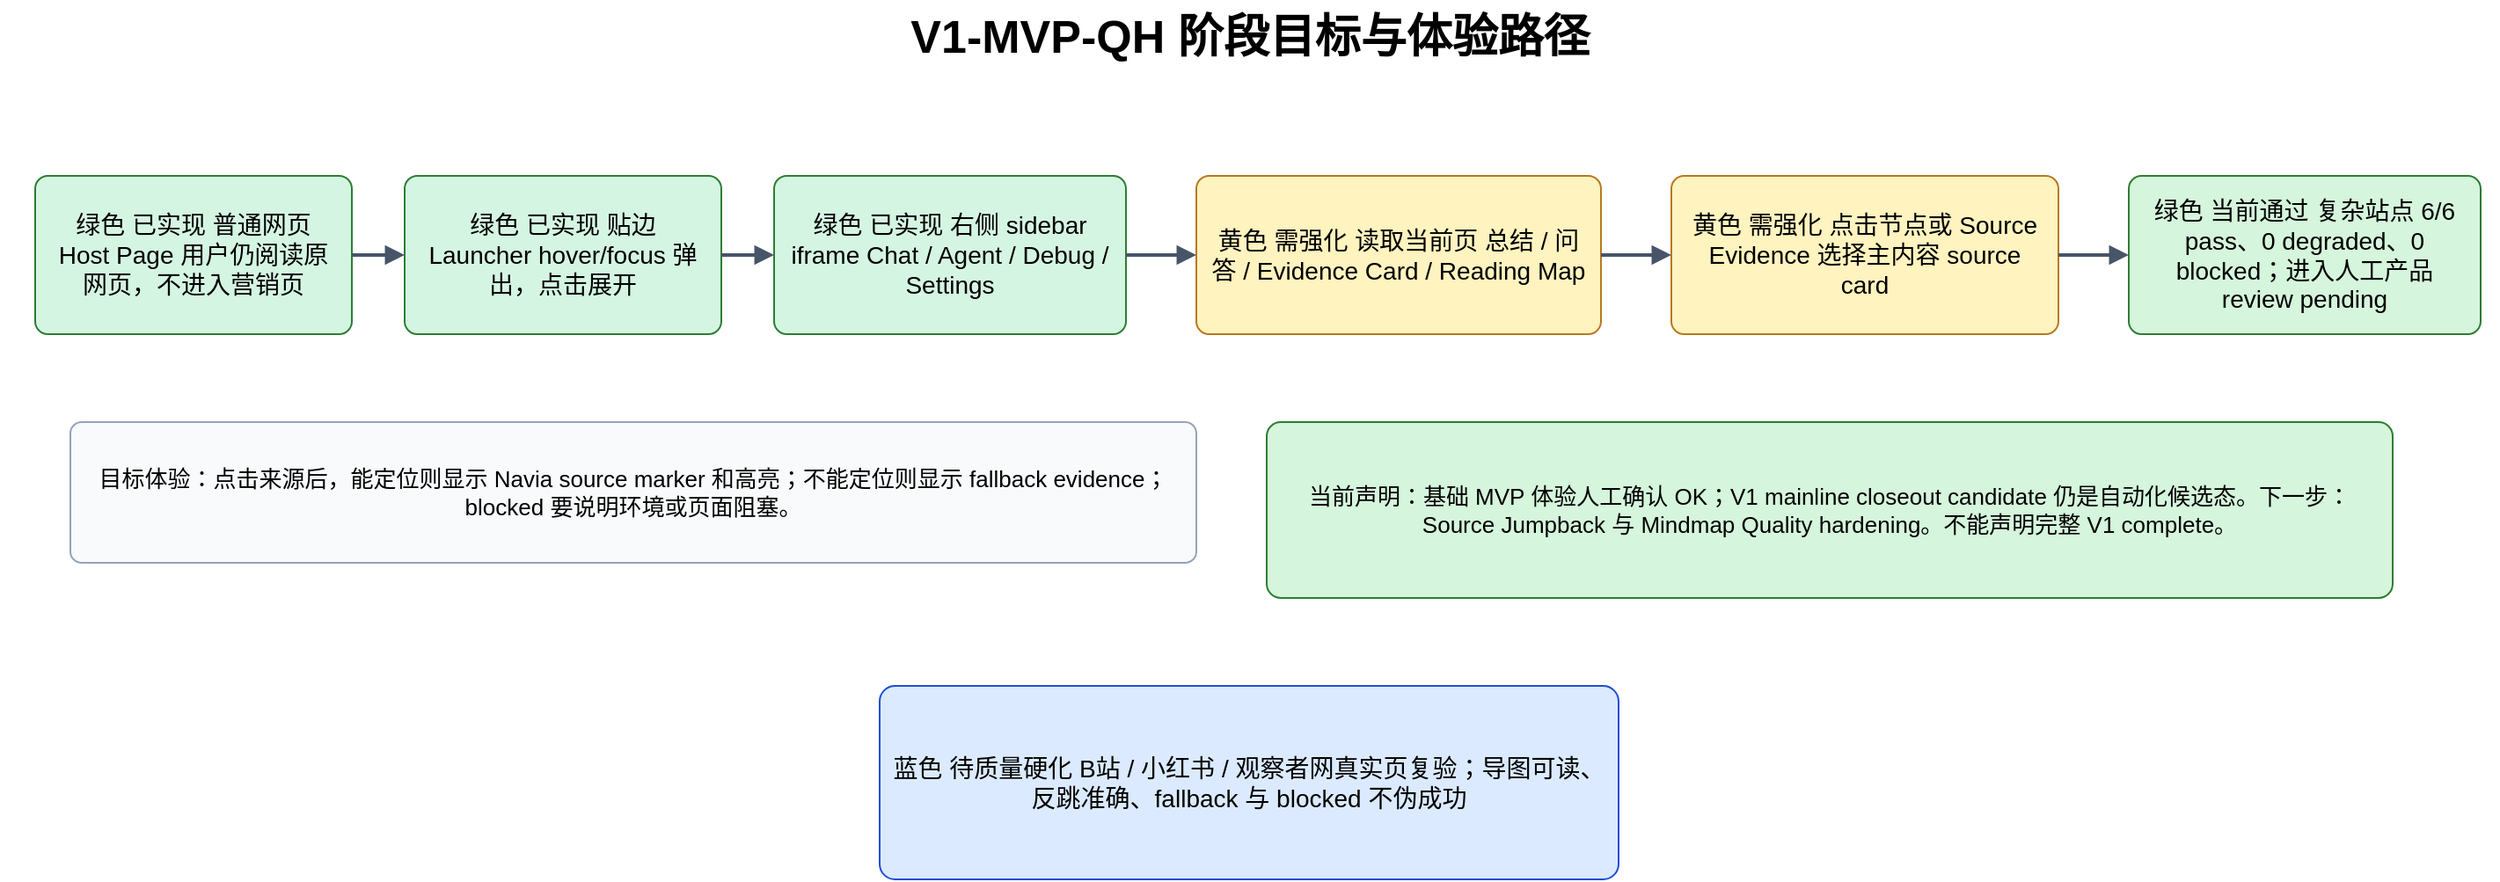
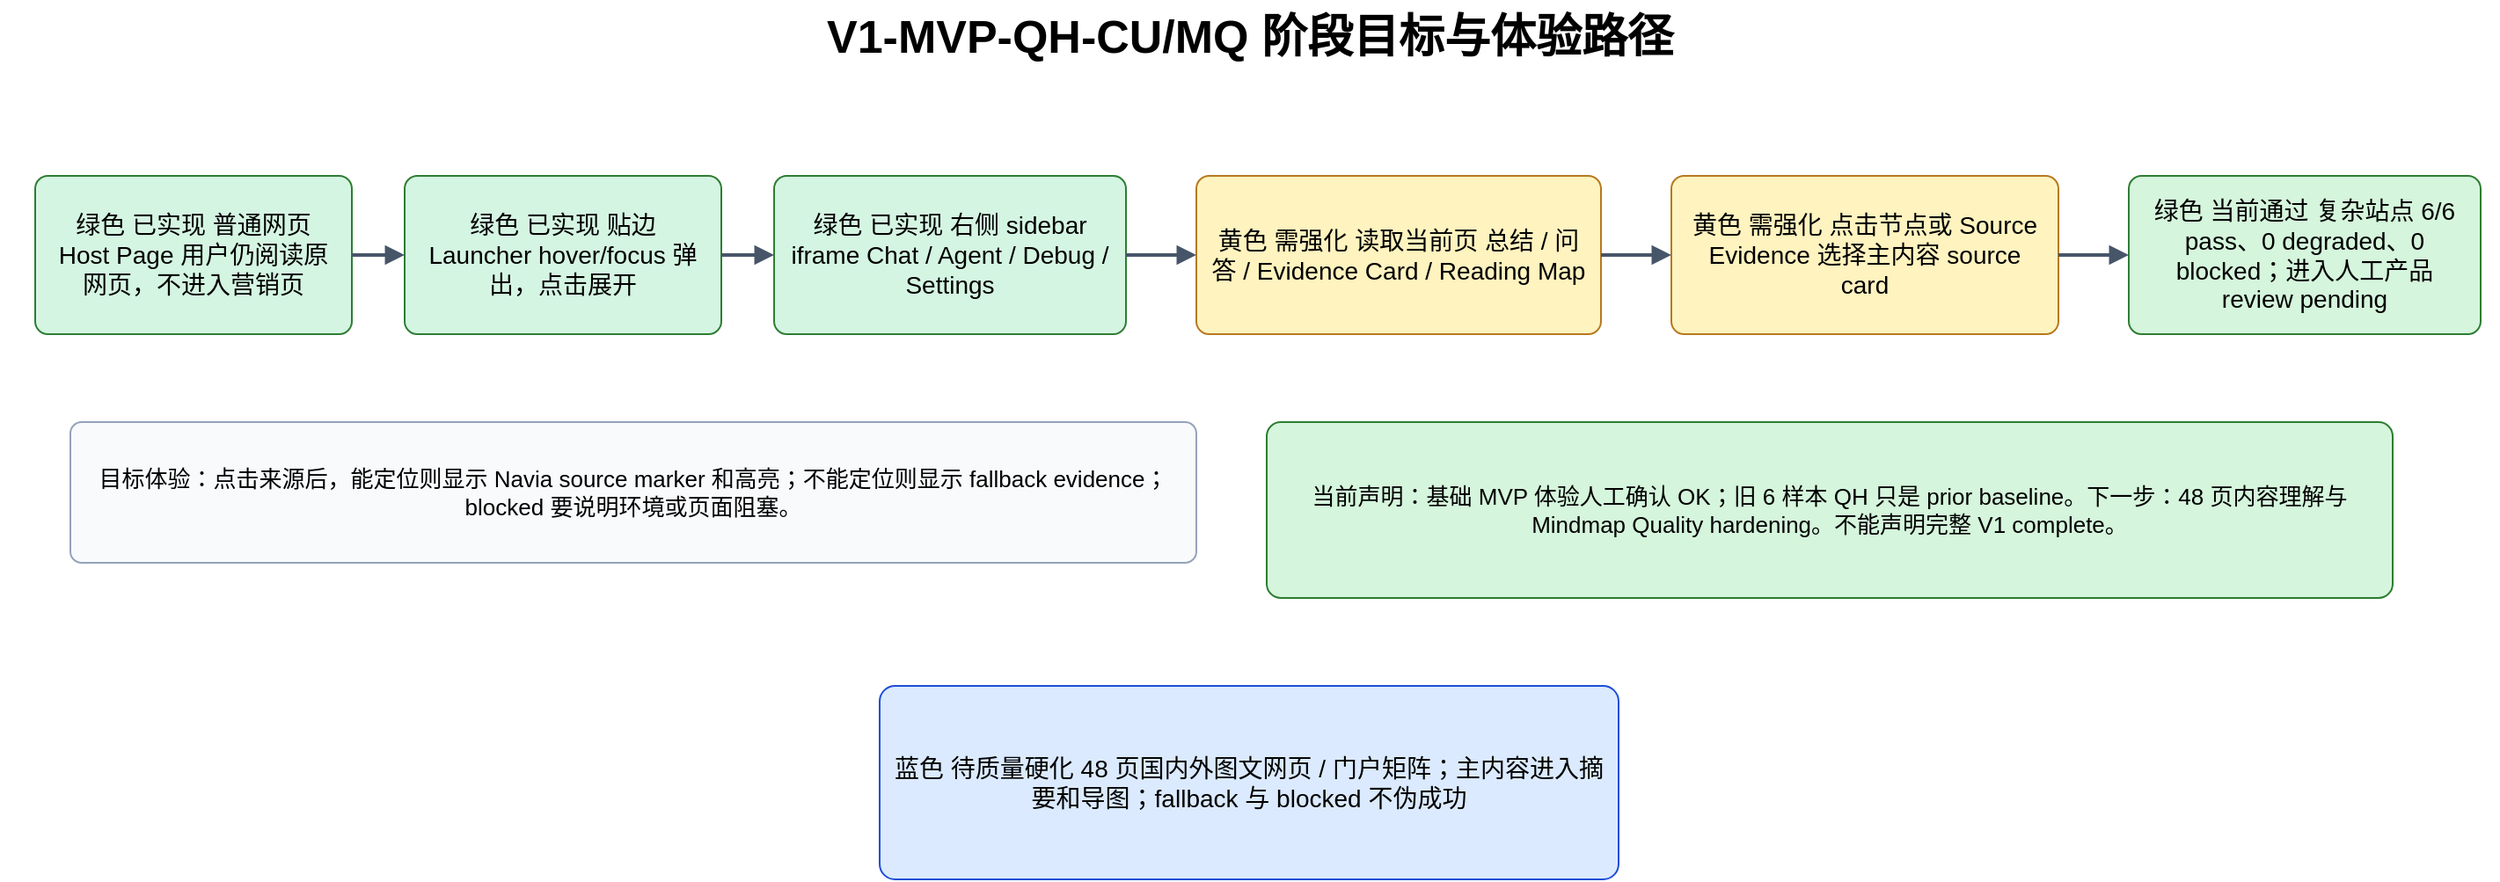
<mxfile host="Electron" agent="Codex" pages="8">
  <diagram id="v1mc-01" name="01 阶段目标与体验路径">
    <mxGraphModel dx="1500" dy="900" grid="1" gridSize="10" guides="1" tooltips="1" connect="1" arrows="1" fold="1" page="1" pageScale="1" pageWidth="1500" pageHeight="900" math="0" shadow="0">
      <root>
        <mxCell id="0" />
        <mxCell id="1" parent="0" />
-         <mxCell id="v1mc-01-title" parent="1" style="text;html=1;fontSize=26;fontStyle=1;align=center;verticalAlign=middle;strokeColor=none;fillColor=none;" value="V1-MVP-QH 阶段目标与体验路径" vertex="1">
+         <mxCell id="v1mc-01-title" parent="1" style="text;html=1;fontSize=26;fontStyle=1;align=center;verticalAlign=middle;strokeColor=none;fillColor=none;" value="V1-MVP-QH-CU/MQ 阶段目标与体验路径" vertex="1">
          <mxGeometry x="40" y="20" width="1420" height="42" as="geometry" />
        </mxCell>
        <mxCell id="c1" parent="1" style="rounded=1;whiteSpace=wrap;html=1;fontSize=14;spacing=8;arcSize=8;fillColor=#d5f5e3;strokeColor=#2e7d32;" value="绿色 已实现 普通网页 Host Page 用户仍阅读原网页，不进入营销页" vertex="1">
          <mxGeometry x="60" y="120" width="180" height="90" as="geometry" />
        </mxCell>
        <mxCell id="c2" parent="1" style="rounded=1;whiteSpace=wrap;html=1;fontSize=14;spacing=8;arcSize=8;fillColor=#d5f5e3;strokeColor=#2e7d32;" value="绿色 已实现 贴边 Launcher hover/focus 弹出，点击展开" vertex="1">
          <mxGeometry x="270" y="120" width="180" height="90" as="geometry" />
        </mxCell>
        <mxCell id="c3" parent="1" style="rounded=1;whiteSpace=wrap;html=1;fontSize=14;spacing=8;arcSize=8;fillColor=#d5f5e3;strokeColor=#2e7d32;" value="绿色 已实现 右侧 sidebar iframe Chat / Agent / Debug / Settings" vertex="1">
          <mxGeometry x="480" y="120" width="200" height="90" as="geometry" />
        </mxCell>
        <mxCell id="c4" parent="1" style="rounded=1;whiteSpace=wrap;html=1;fontSize=14;spacing=8;arcSize=8;fillColor=#fff3bf;strokeColor=#b7791f;" value="黄色 需强化 读取当前页 总结 / 问答 / Evidence Card / Reading Map" vertex="1">
          <mxGeometry x="720" y="120" width="230" height="90" as="geometry" />
        </mxCell>
        <mxCell id="c5" parent="1" style="rounded=1;whiteSpace=wrap;html=1;fontSize=14;spacing=8;arcSize=8;fillColor=#fff3bf;strokeColor=#b7791f;" value="黄色 需强化 点击节点或 Source Evidence 选择主内容 source card" vertex="1">
          <mxGeometry x="990" y="120" width="220" height="90" as="geometry" />
        </mxCell>
        <mxCell id="c6" parent="1" style="rounded=1;whiteSpace=wrap;html=1;fontSize=14;spacing=8;arcSize=8;fillColor=#d5f5dc;strokeColor=#2e7d32;" value="绿色 当前通过 复杂站点 6/6 pass、0 degraded、0 blocked；进入人工产品 review pending" vertex="1">
          <mxGeometry x="1250" y="120" width="200" height="90" as="geometry" />
        </mxCell>
        <mxCell id="c7" parent="1" style="rounded=1;whiteSpace=wrap;html=1;fontSize=13;spacing=8;arcSize=8;fillColor=#f8fafc;strokeColor=#94a3b8;" value="目标体验：点击来源后，能定位则显示 Navia source marker 和高亮；不能定位则显示 fallback evidence；blocked 要说明环境或页面阻塞。" vertex="1">
          <mxGeometry x="80" y="260" width="640" height="80" as="geometry" />
        </mxCell>
-         <mxCell id="c8" parent="1" style="rounded=1;whiteSpace=wrap;html=1;fontSize=13;spacing=8;arcSize=8;fillColor=#d5f5dc;strokeColor=#2e7d32;" value="当前声明：基础 MVP 体验人工确认 OK；V1 mainline closeout candidate 仍是自动化候选态。下一步：Source Jumpback 与 Mindmap Quality hardening。不能声明完整 V1 complete。" vertex="1">
+         <mxCell id="c8" parent="1" style="rounded=1;whiteSpace=wrap;html=1;fontSize=13;spacing=8;arcSize=8;fillColor=#d5f5dc;strokeColor=#2e7d32;" value="当前声明：基础 MVP 体验人工确认 OK；旧 6 样本 QH 只是 prior baseline。下一步：48 页内容理解与 Mindmap Quality hardening。不能声明完整 V1 complete。" vertex="1">
          <mxGeometry x="760" y="260" width="640" height="100" as="geometry" />
        </mxCell>
-         <mxCell id="c9" parent="1" style="rounded=1;whiteSpace=wrap;html=1;fontSize=14;spacing=8;arcSize=8;fillColor=#dbeafe;strokeColor=#1d4ed8;" value="蓝色 待质量硬化 B站 / 小红书 / 观察者网真实页复验；导图可读、反跳准确、fallback 与 blocked 不伪成功" vertex="1">
+         <mxCell id="c9" parent="1" style="rounded=1;whiteSpace=wrap;html=1;fontSize=14;spacing=8;arcSize=8;fillColor=#dbeafe;strokeColor=#1d4ed8;" value="蓝色 待质量硬化 48 页国内外图文网页 / 门户矩阵；主内容进入摘要和导图；fallback 与 blocked 不伪成功" vertex="1">
          <mxGeometry x="540" y="410" width="420" height="110" as="geometry" />
        </mxCell>
        <mxCell id="e10" parent="1" style="edgeStyle=orthogonalEdgeStyle;rounded=0;orthogonalLoop=1;jettySize=auto;html=1;endArrow=block;strokeWidth=2;strokeColor=#475569;" value="" edge="1" source="c1" target="c2">
          <mxGeometry relative="1" as="geometry" />
        </mxCell>
        <mxCell id="e11" parent="1" style="edgeStyle=orthogonalEdgeStyle;rounded=0;orthogonalLoop=1;jettySize=auto;html=1;endArrow=block;strokeWidth=2;strokeColor=#475569;" value="" edge="1" source="c2" target="c3">
          <mxGeometry relative="1" as="geometry" />
        </mxCell>
        <mxCell id="e12" parent="1" style="edgeStyle=orthogonalEdgeStyle;rounded=0;orthogonalLoop=1;jettySize=auto;html=1;endArrow=block;strokeWidth=2;strokeColor=#475569;" value="" edge="1" source="c3" target="c4">
          <mxGeometry relative="1" as="geometry" />
        </mxCell>
        <mxCell id="e13" parent="1" style="edgeStyle=orthogonalEdgeStyle;rounded=0;orthogonalLoop=1;jettySize=auto;html=1;endArrow=block;strokeWidth=2;strokeColor=#475569;" value="" edge="1" source="c4" target="c5">
          <mxGeometry relative="1" as="geometry" />
        </mxCell>
        <mxCell id="e14" parent="1" style="edgeStyle=orthogonalEdgeStyle;rounded=0;orthogonalLoop=1;jettySize=auto;html=1;endArrow=block;strokeWidth=2;strokeColor=#475569;" value="" edge="1" source="c5" target="c6">
          <mxGeometry relative="1" as="geometry" />
        </mxCell>
      </root>
    </mxGraphModel>
  </diagram>
  <diagram id="v1mc-02" name="02 当前架构与目标架构差异">
    <mxGraphModel dx="1500" dy="900" grid="1" gridSize="10" guides="1" tooltips="1" connect="1" arrows="1" fold="1" page="1" pageScale="1" pageWidth="1500" pageHeight="900" math="0" shadow="0">
      <root>
        <mxCell id="0" />
        <mxCell id="1" parent="0" />
        <mxCell id="v1mc-02-title" parent="1" style="text;html=1;fontSize=26;fontStyle=1;align=center;verticalAlign=middle;strokeColor=none;fillColor=none;" value="当前架构与目标架构差异：具体实现实体" vertex="1">
          <mxGeometry x="40" y="20" width="1420" height="42" as="geometry" />
        </mxCell>
        <mxCell id="c15" parent="1" style="rounded=1;whiteSpace=wrap;html=1;fontSize=14;spacing=8;arcSize=8;fillColor=#d5f5e3;strokeColor=#2e7d32;" value="绿色 已实现 Host Page DOM 真实网页正文 / feed / 评论 / 推荐 / 登录态差异" vertex="1">
          <mxGeometry x="70" y="95" width="390" height="82" as="geometry" />
        </mxCell>
        <mxCell id="c16" parent="1" style="rounded=1;whiteSpace=wrap;html=1;fontSize=14;spacing=8;arcSize=8;fillColor=#ffffff;strokeColor=#607d8b;" value="目标差异 不让评论/推荐/站点壳主导主内容；public no-login 与 logged-in 分流" vertex="1">
          <mxGeometry x="520" y="95" width="420" height="82" as="geometry" />
        </mxCell>
        <mxCell id="c17" parent="1" style="rounded=1;whiteSpace=wrap;html=1;fontSize=14;spacing=8;arcSize=8;fillColor=#fff3bf;strokeColor=#b7791f;" value="黄色 需修改 pageContext.ts + contentBridge.ts 抽取 DOM signals；执行 source jumpback；注入 launcher/sidebar" vertex="1">
          <mxGeometry x="70" y="210" width="390" height="82" as="geometry" />
        </mxCell>
        <mxCell id="c18" parent="1" style="rounded=1;whiteSpace=wrap;html=1;fontSize=14;spacing=8;arcSize=8;fillColor=#ffffff;strokeColor=#607d8b;" value="目标差异 多 sourceRef / selector / domPath / textQuote / href-card 定位；失败保留 fallback" vertex="1">
          <mxGeometry x="520" y="210" width="420" height="82" as="geometry" />
        </mxCell>
        <mxCell id="c19" parent="1" style="rounded=1;whiteSpace=wrap;html=1;fontSize=14;spacing=8;arcSize=8;fillColor=#fff3bf;strokeColor=#b7791f;" value="黄色 需修改 sidepanel/main.tsx + B Renderer ArtifactInlineCard / mindmapPresentation / Reading Map / source card 排序" vertex="1">
          <mxGeometry x="70" y="325" width="390" height="82" as="geometry" />
        </mxCell>
        <mxCell id="c20" parent="1" style="rounded=1;whiteSpace=wrap;html=1;fontSize=14;spacing=8;arcSize=8;fillColor=#ffffff;strokeColor=#607d8b;" value="目标差异 source card 主内容优先；E2E 记录 selectedSourceCardIndex 和 reason" vertex="1">
          <mxGeometry x="520" y="325" width="420" height="82" as="geometry" />
        </mxCell>
        <mxCell id="c21" parent="1" style="rounded=1;whiteSpace=wrap;html=1;fontSize=14;spacing=8;arcSize=8;fillColor=#d5f5e3;strokeColor=#2e7d32;" value="绿色 已实现 runtimeClient.ts + background proxy /v1/health、session、chat stream、runtimeFetch/runtimeStream" vertex="1">
          <mxGeometry x="70" y="440" width="390" height="82" as="geometry" />
        </mxCell>
        <mxCell id="c22" parent="1" style="rounded=1;whiteSpace=wrap;html=1;fontSize=14;spacing=8;arcSize=8;fillColor=#ffffff;strokeColor=#607d8b;" value="目标差异 不新增 Runtime public API；错误保持可审计" vertex="1">
          <mxGeometry x="520" y="440" width="420" height="82" as="geometry" />
        </mxCell>
        <mxCell id="c23" parent="1" style="rounded=1;whiteSpace=wrap;html=1;fontSize=14;spacing=8;arcSize=8;fillColor=#fff3bf;strokeColor=#b7791f;" value="黄色 需修改 Local Runtime A/D/C A Page Reading SourceRef；D Artifact/Event/Trace；C Mindmap nodeSourceMap" vertex="1">
          <mxGeometry x="70" y="555" width="390" height="82" as="geometry" />
        </mxCell>
        <mxCell id="c24" parent="1" style="rounded=1;whiteSpace=wrap;html=1;fontSize=14;spacing=8;arcSize=8;fillColor=#ffffff;strokeColor=#607d8b;" value="目标差异 A/C/D 不被 UI 反向污染；只改善 SourceRef 和 nodeSourceMap 质量" vertex="1">
          <mxGeometry x="520" y="555" width="420" height="82" as="geometry" />
        </mxCell>
        <mxCell id="c25" parent="1" style="rounded=1;whiteSpace=wrap;html=1;fontSize=14;spacing=8;arcSize=8;fillColor=#dbeafe;strokeColor=#1d4ed8;" value="蓝色 待验收 E2E + evidence reports v1_real_site_complex_pages / external_visual / mainline_closeout" vertex="1">
          <mxGeometry x="70" y="670" width="390" height="82" as="geometry" />
        </mxCell>
        <mxCell id="c26" parent="1" style="rounded=1;whiteSpace=wrap;html=1;fontSize=14;spacing=8;arcSize=8;fillColor=#fff3bf;strokeColor=#b7791f;" value="目标差异 基础 MVP 已确认；反跳识别失败、Mindmap 不准确、复杂站点噪声仍需 V1-MVP-QH 硬化；不得声明完整 V1 complete" vertex="1">
          <mxGeometry x="520" y="670" width="420" height="82" as="geometry" />
        </mxCell>
        <mxCell id="c27" parent="1" style="rounded=1;whiteSpace=wrap;html=1;fontSize=14;spacing=8;arcSize=8;fillColor=#fff3cd;strokeColor=#b26a00;" value="黄色 回归风险 小红书首页 / 详情当前已恢复 highlighted；若未来 blocked 或 fallback 必须打回质量硬化并撤回候选通过" vertex="1">
          <mxGeometry x="1020" y="145" width="330" height="95" as="geometry" />
        </mxCell>
        <mxCell id="c28" parent="1" style="rounded=1;whiteSpace=wrap;html=1;fontSize=14;spacing=8;arcSize=8;fillColor=#fff3bf;strokeColor=#b7791f;" value="黄色 复验风险 guancha-detail source card 可能指向评论/推荐/最新视频" vertex="1">
          <mxGeometry x="1020" y="285" width="330" height="110" as="geometry" />
        </mxCell>
        <mxCell id="c29" parent="1" style="rounded=1;whiteSpace=wrap;html=1;fontSize=14;spacing=8;arcSize=8;fillColor=#eeeeee;strokeColor=#666666;" value="图例：绿色=已实现/已通过；黄色=需修改或复验风险；蓝色=待验收；红色=false-green 风险或禁止声明；灰色=历史或保留入口。" vertex="1">
          <mxGeometry x="970" y="500" width="420" height="105" as="geometry" />
        </mxCell>
        <mxCell id="e30" parent="1" style="edgeStyle=orthogonalEdgeStyle;rounded=0;orthogonalLoop=1;jettySize=auto;html=1;endArrow=block;strokeWidth=2;strokeColor=#475569;" value="DOM signals" edge="1" source="c15" target="c17">
          <mxGeometry relative="1" as="geometry" />
        </mxCell>
        <mxCell id="e31" parent="1" style="edgeStyle=orthogonalEdgeStyle;rounded=0;orthogonalLoop=1;jettySize=auto;html=1;endArrow=block;strokeWidth=2;strokeColor=#475569;" value="page context + jumpback result" edge="1" source="c17" target="c19">
          <mxGeometry relative="1" as="geometry" />
        </mxCell>
        <mxCell id="e32" parent="1" style="edgeStyle=orthogonalEdgeStyle;rounded=0;orthogonalLoop=1;jettySize=auto;html=1;endArrow=block;strokeWidth=2;strokeColor=#475569;" value="runtime requests" edge="1" source="c19" target="c21">
          <mxGeometry relative="1" as="geometry" />
        </mxCell>
        <mxCell id="e33" parent="1" style="edgeStyle=orthogonalEdgeStyle;rounded=0;orthogonalLoop=1;jettySize=auto;html=1;endArrow=block;strokeWidth=2;strokeColor=#475569;" value="HTTP/SSE" edge="1" source="c21" target="c23">
          <mxGeometry relative="1" as="geometry" />
        </mxCell>
        <mxCell id="e34" parent="1" style="edgeStyle=orthogonalEdgeStyle;rounded=0;orthogonalLoop=1;jettySize=auto;html=1;endArrow=block;strokeWidth=2;strokeColor=#475569;" value="artifacts + evidence" edge="1" source="c23" target="c25">
          <mxGeometry relative="1" as="geometry" />
        </mxCell>
      </root>
    </mxGraphModel>
  </diagram>
-   <diagram id="v1mc-03" name="03 目标架构交互链路">
+   <diagram id="v1mc-03" name="03 主内容识别目标链路">
    <mxGraphModel dx="1653" dy="842" grid="1" gridSize="10" guides="1" tooltips="1" connect="1" arrows="1" fold="1" page="1" pageScale="1" pageWidth="1500" pageHeight="900" math="0" shadow="0">
      <root>
        <mxCell id="0" />
        <mxCell id="1" parent="0" />
-         <mxCell id="v1mc-03-title" parent="1" style="text;html=1;fontSize=26;fontStyle=1;align=center;verticalAlign=middle;strokeColor=none;fillColor=none;" value="目标架构交互链路与责任边界" vertex="1">
+         <mxCell id="v1mc-03-title" parent="1" style="text;html=1;fontSize=26;fontStyle=1;align=center;verticalAlign=middle;strokeColor=none;fillColor=none;" value="主内容识别目标链路与责任边界" vertex="1">
          <mxGeometry height="42" width="1420" x="40" y="20" as="geometry" />
        </mxCell>
        <mxCell id="c35" parent="1" style="rounded=1;whiteSpace=wrap;html=1;fontSize=14;spacing=8;arcSize=8;fillColor=#fff3bf;strokeColor=#b7791f;" value="A Page Reading services/local-runtime/.../page_reading 输出 StructuredPageContext / SourceRef / quality" vertex="1">
          <mxGeometry height="95" width="300" x="80" y="120" as="geometry" />
        </mxCell>
        <mxCell id="c36" parent="1" style="rounded=1;whiteSpace=wrap;html=1;fontSize=14;spacing=8;arcSize=8;fillColor=#d5f5e3;strokeColor=#2e7d32;" value="D Adapter Boundary agent_loop / adapters 唯一 Artifact / Event / Trace 映射边界" vertex="1">
          <mxGeometry height="95" width="300" x="430" y="120" as="geometry" />
        </mxCell>
        <mxCell id="c37" parent="1" style="rounded=1;whiteSpace=wrap;html=1;fontSize=14;spacing=8;arcSize=8;fillColor=#fff3bf;strokeColor=#b7791f;" value="C Mindmap modules/mindmap digest-first nodes + nodeSourceMap" vertex="1">
          <mxGeometry height="95" width="300" x="780" y="120" as="geometry" />
        </mxCell>
        <mxCell id="c38" parent="1" style="rounded=1;whiteSpace=wrap;html=1;fontSize=14;spacing=8;arcSize=8;fillColor=#fff3bf;strokeColor=#b7791f;" value="B Renderer chat_renderer / mindmap_renderer Evidence Card / Reading Map / source card 排序" vertex="1">
          <mxGeometry height="95" width="300" x="1130" y="120" as="geometry" />
        </mxCell>
        <mxCell id="c39" parent="1" style="rounded=1;whiteSpace=wrap;html=1;fontSize=14;spacing=8;arcSize=8;fillColor=#dbeafe;strokeColor=#1d4ed8;" value="用户动作 点击 Mindmap 节点或 Source Evidence 必须由用户触发" vertex="1">
          <mxGeometry height="90" width="300" x="190" y="320" as="geometry" />
        </mxCell>
        <mxCell id="c40" parent="1" style="rounded=1;whiteSpace=wrap;html=1;fontSize=14;spacing=8;arcSize=8;fillColor=#fff3bf;strokeColor=#b7791f;" value="sidepanel/main.tsx jumpback_source_card 记录 selectedSourceCardIndex / reason" vertex="1">
          <mxGeometry height="90" width="340" x="580" y="320" as="geometry" />
        </mxCell>
        <mxCell id="c41" parent="1" style="rounded=1;whiteSpace=wrap;html=1;fontSize=14;spacing=8;arcSize=8;fillColor=#fff3bf;strokeColor=#b7791f;" value="contentBridge.ts navia.jumpToSource selector / domPath / textQuote / href-card matching" vertex="1">
          <mxGeometry height="90" width="350" x="1010" y="320" as="geometry" />
        </mxCell>
        <mxCell id="c42" parent="1" style="rounded=1;whiteSpace=wrap;html=1;fontSize=14;spacing=8;arcSize=8;fillColor=#dbeafe;strokeColor=#1d4ed8;" value="结果三态 highlighted + marker fallback_shown + evidence blocked + reason" vertex="1">
          <mxGeometry height="110" width="340" x="1015" y="530" as="geometry" />
        </mxCell>
        <mxCell id="c43" parent="1" style="rounded=1;whiteSpace=wrap;html=1;fontSize=13;spacing=8;arcSize=8;fillColor=#f8fafc;strokeColor=#94a3b8;" value="越界禁止：B 不生成事实内容；A/C 不调用 content script；content script 不自动浏览器任务；本阶段不新增 Runtime public API。" vertex="1">
          <mxGeometry height="85" width="1180" x="160" y="705" as="geometry" />
        </mxCell>
        <mxCell id="e44" edge="1" parent="1" source="c35" style="edgeStyle=orthogonalEdgeStyle;rounded=0;orthogonalLoop=1;jettySize=auto;html=1;endArrow=block;strokeWidth=2;strokeColor=#475569;" target="c36" value="ToolResult">
          <mxGeometry relative="1" as="geometry" />
        </mxCell>
        <mxCell id="e45" edge="1" parent="1" source="c36" style="edgeStyle=orthogonalEdgeStyle;rounded=0;orthogonalLoop=1;jettySize=auto;html=1;endArrow=block;strokeWidth=2;strokeColor=#475569;" target="c37" value="Artifact input">
          <mxGeometry relative="1" as="geometry" />
        </mxCell>
        <mxCell id="e46" edge="1" parent="1" source="c37" style="edgeStyle=orthogonalEdgeStyle;rounded=0;orthogonalLoop=1;jettySize=auto;html=1;endArrow=block;strokeWidth=2;strokeColor=#475569;" target="c38" value="mindmap artifact">
          <mxGeometry relative="1" as="geometry" />
        </mxCell>
        <mxCell id="e47" edge="1" parent="1" source="c39" style="edgeStyle=orthogonalEdgeStyle;rounded=0;orthogonalLoop=1;jettySize=auto;html=1;endArrow=block;strokeWidth=2;strokeColor=#475569;" target="c40" value="click">
          <mxGeometry relative="1" as="geometry" />
        </mxCell>
        <mxCell id="e48" edge="1" parent="1" source="c40" style="edgeStyle=orthogonalEdgeStyle;rounded=0;orthogonalLoop=1;jettySize=auto;html=1;endArrow=block;strokeWidth=2;strokeColor=#475569;" target="c41" value="jumpback request">
          <mxGeometry relative="1" as="geometry" />
        </mxCell>
        <mxCell id="e49" edge="1" parent="1" source="c41" style="edgeStyle=orthogonalEdgeStyle;rounded=0;orthogonalLoop=1;jettySize=auto;html=1;endArrow=block;strokeWidth=2;strokeColor=#475569;" target="c42" value="status">
          <mxGeometry relative="1" as="geometry" />
        </mxCell>
      </root>
    </mxGraphModel>
  </diagram>
-   <diagram id="v1mc-04" name="04 复杂站点质量链路">
-     <mxGraphModel dx="1500" dy="900" grid="1" gridSize="10" guides="1" tooltips="1" connect="1" arrows="1" fold="1" page="1" pageScale="1" pageWidth="1500" pageHeight="900" math="0" shadow="0">
-       <root>
-         <mxCell id="0" />
-         <mxCell id="1" parent="0" />
-         <mxCell id="v1mc-04-title" parent="1" style="text;html=1;fontSize=26;fontStyle=1;align=center;verticalAlign=middle;strokeColor=none;fillColor=none;" value="复杂站点质量链路：复验风险与硬化目标" vertex="1">
+   <diagram id="v1mc-04" name="04 Mindmap Quality 与 Source Evidence">
+     <mxGraphModel dx="1500" dy="900" grid="1" gridSize="10" guides="1" tooltips="1" connect="1" arrows="1" fold="1" page="1" pageScale="1" pageWidth="1500" pageHeight="900" math="0" shadow="0">
+       <root>
+         <mxCell id="0" />
+         <mxCell id="1" parent="0" />
+         <mxCell id="v1mc-04-title" parent="1" style="text;html=1;fontSize=26;fontStyle=1;align=center;verticalAlign=middle;strokeColor=none;fillColor=none;" value="Mindmap Quality 与 Source Evidence 链路" vertex="1">
          <mxGeometry x="40" y="20" width="1420" height="42" as="geometry" />
        </mxCell>
        <mxCell id="c50" parent="1" style="rounded=1;whiteSpace=wrap;html=1;fontSize=14;spacing=8;arcSize=8;fillColor=#d5f5e3;strokeColor=#2e7d32;" value="B站详情页 绿色 当前通过但需保留 fresh validation 标题 / 简介 / UP主 / 发布时间 / 播放弹幕进入主节点" vertex="1">
          <mxGeometry x="70" y="110" width="390" height="115" as="geometry" />
        </mxCell>
        <mxCell id="c51" parent="1" style="rounded=1;whiteSpace=wrap;html=1;fontSize=14;spacing=8;arcSize=8;fillColor=#d5f5dc;strokeColor=#2e7d32;" value="小红书首页/详情 当前通过 目标已闭环：feed card / detail body 级 sourceRef + card/href/text 多线索匹配" vertex="1">
          <mxGeometry x="550" y="110" width="390" height="130" as="geometry" />
        </mxCell>
        <mxCell id="c52" parent="1" style="rounded=1;whiteSpace=wrap;html=1;fontSize=14;spacing=8;arcSize=8;fillColor=#fff3bf;strokeColor=#b7791f;" value="观察者详情页 黄色 复验风险 评论 / 推荐 / 最新视频可能排在正文前 目标：article 正文、标题、作者、时间优先" vertex="1">
          <mxGeometry x="1030" y="110" width="390" height="130" as="geometry" />
        </mxCell>
        <mxCell id="c53" parent="1" style="rounded=1;whiteSpace=wrap;html=1;fontSize=14;spacing=8;arcSize=8;fillColor=#fff3bf;strokeColor=#b7791f;" value="A Page Reading 黄色 需修改 主内容提权、噪声降权、SourceRef selector/textQuote/fallbackText 质量" vertex="1">
          <mxGeometry x="95" y="315" width="350" height="110" as="geometry" />
        </mxCell>
        <mxCell id="c54" parent="1" style="rounded=1;whiteSpace=wrap;html=1;fontSize=14;spacing=8;arcSize=8;fillColor=#fff3bf;strokeColor=#b7791f;" value="C/B 排序 黄色 需修改 root / 高层节点 / source card 不默认指向评论、推荐、侧栏" vertex="1">
          <mxGeometry x="575" y="315" width="350" height="110" as="geometry" />
        </mxCell>
        <mxCell id="c55" parent="1" style="rounded=1;whiteSpace=wrap;html=1;fontSize=14;spacing=8;arcSize=8;fillColor=#fff3bf;strokeColor=#b7791f;" value="Content Script Jumpback 黄色 需修改 多个 sourceRef + 多线索定位；成功 marker；失败 fallback" vertex="1">
          <mxGeometry x="1055" y="315" width="350" height="110" as="geometry" />
        </mxCell>
        <mxCell id="c56" parent="1" style="rounded=1;whiteSpace=wrap;html=1;fontSize=14;spacing=8;arcSize=8;fillColor=#dbeafe;strokeColor=#1d4ed8;" value="验收报告 蓝色 待验收 每样本记录 public no-login / cookie-injected / logged-in、selected card、reason、status" vertex="1">
          <mxGeometry x="330" y="540" width="830" height="110" as="geometry" />
        </mxCell>
        <mxCell id="c57" parent="1" style="rounded=1;whiteSpace=wrap;html=1;fontSize=13;spacing=8;arcSize=8;fillColor=#f8fafc;strokeColor=#94a3b8;" value="No-Go：fallback 不能冒充 highlighted；public no-login 不能冒充 logged-in；fresh validation 出现 fallback-only 时不能声明复杂站点矩阵通过。" vertex="1">
          <mxGeometry x="190" y="710" width="1120" height="80" as="geometry" />
        </mxCell>
      </root>
    </mxGraphModel>
  </diagram>
  <diagram id="v1mc-05" name="05 开发及验收计划">
    <mxGraphModel dx="1500" dy="900" grid="1" gridSize="10" guides="1" tooltips="1" connect="1" arrows="1" fold="1" page="1" pageScale="1" pageWidth="1500" pageHeight="900" math="0" shadow="0">
      <root>
        <mxCell id="0" />
        <mxCell id="1" parent="0" />
        <mxCell id="v1mc-05-title" parent="1" style="text;html=1;fontSize=26;fontStyle=1;align=center;verticalAlign=middle;strokeColor=none;fillColor=none;" value="开发及验收计划：V1-MVP-QH 质量硬化闭环" vertex="1">
          <mxGeometry x="40" y="20" width="1420" height="42" as="geometry" />
        </mxCell>
        <mxCell id="c58" parent="1" style="rounded=1;whiteSpace=wrap;html=1;fontSize=14;spacing=8;arcSize=8;fillColor=#dbeafe;strokeColor=#1d4ed8;" value="V1-MVP-QH-0 文档与审计冻结 PRD/架构/计划/验收/stage gate/drawio 同步" vertex="1">
          <mxGeometry x="70" y="130" width="200" height="125" as="geometry" />
        </mxCell>
-         <mxCell id="c59" parent="1" style="rounded=1;whiteSpace=wrap;html=1;fontSize=14;spacing=8;arcSize=8;fillColor=#fff3bf;strokeColor=#b7791f;" value="V1-MVP-QH-1 A Page Reading 主内容抽取、噪声过滤、SourceRef 质量" vertex="1">
+         <mxCell id="c59" parent="1" style="rounded=1;whiteSpace=wrap;html=1;fontSize=14;spacing=8;arcSize=8;fillColor=#dbeafe;strokeColor=#1d4ed8;" value="V1-MVP-QH-1 48 页样本 manifest、页面分类、登录态策略、prior baseline 边界" vertex="1">
          <mxGeometry x="305" y="130" width="200" height="125" as="geometry" />
        </mxCell>
-         <mxCell id="c60" parent="1" style="rounded=1;whiteSpace=wrap;html=1;fontSize=14;spacing=8;arcSize=8;fillColor=#fff3bf;strokeColor=#b7791f;" value="V1-MVP-QH-2 C Mindmap 主题归并、节点压缩、nodeSourceMap 绑定" vertex="1">
+         <mxCell id="c60" parent="1" style="rounded=1;whiteSpace=wrap;html=1;fontSize=14;spacing=8;arcSize=8;fillColor=#fff3bf;strokeColor=#b7791f;" value="V1-MVP-QH-2 A Page Reading 主内容抽取、噪声过滤、SourceRef 质量" vertex="1">
          <mxGeometry x="540" y="130" width="200" height="125" as="geometry" />
        </mxCell>
-         <mxCell id="c61" parent="1" style="rounded=1;whiteSpace=wrap;html=1;fontSize=14;spacing=8;arcSize=8;fillColor=#fff3bf;strokeColor=#b7791f;" value="V1-MVP-QH-3 B Renderer 导图可读性、source card 排序、三态 evidence" vertex="1">
+         <mxCell id="c61" parent="1" style="rounded=1;whiteSpace=wrap;html=1;fontSize=14;spacing=8;arcSize=8;fillColor=#fff3bf;strokeColor=#b7791f;" value="V1-MVP-QH-3 C Mindmap 主题归并、节点压缩、nodeSourceMap 绑定" vertex="1">
          <mxGeometry x="775" y="130" width="200" height="125" as="geometry" />
        </mxCell>
-         <mxCell id="c62" parent="1" style="rounded=1;whiteSpace=wrap;html=1;fontSize=14;spacing=8;arcSize=8;fillColor=#fff3bf;strokeColor=#b7791f;" value="V1-MVP-QH-4 Content Script 多线索 jumpback、fallback、blocked 语义" vertex="1">
+         <mxCell id="c62" parent="1" style="rounded=1;whiteSpace=wrap;html=1;fontSize=14;spacing=8;arcSize=8;fillColor=#fff3bf;strokeColor=#b7791f;" value="V1-MVP-QH-4 B Renderer 导图可读性、source card 排序、三态 evidence" vertex="1">
          <mxGeometry x="1010" y="130" width="200" height="125" as="geometry" />
        </mxCell>
-         <mxCell id="c63" parent="1" style="rounded=1;whiteSpace=wrap;html=1;fontSize=14;spacing=8;arcSize=8;fillColor=#dbeafe;strokeColor=#1d4ed8;" value="V1-MVP-QH-5 真实站点复验 PRD review / false-green audit / 可视化报告" vertex="1">
+         <mxCell id="c63" parent="1" style="rounded=1;whiteSpace=wrap;html=1;fontSize=14;spacing=8;arcSize=8;fillColor=#fff3bf;strokeColor=#b7791f;" value="V1-MVP-QH-5 Content Script 多线索 jumpback、fallback、blocked 语义" vertex="1">
          <mxGeometry x="1245" y="130" width="200" height="125" as="geometry" />
        </mxCell>
-         <mxCell id="c64" parent="1" style="rounded=1;whiteSpace=wrap;html=1;fontSize=14;spacing=8;arcSize=8;fillColor=#ffd6d6;strokeColor=#c62828;" value="失败打回规则 完整 V1 误声明 -&gt; QH-0；噪声主导摘要 -&gt; QH-1；导图虚影/截断 -&gt; QH-3；fallback/blocked 伪成功 -&gt; QH-4" vertex="1">
+         <mxCell id="c64" parent="1" style="rounded=1;whiteSpace=wrap;html=1;fontSize=14;spacing=8;arcSize=8;fillColor=#ffd6d6;strokeColor=#c62828;" value="失败打回规则 完整 V1 误声明 -&gt; QH-0；manifest 不清 -&gt; QH-1；噪声主导摘要 -&gt; QH-2；导图虚影/截断 -&gt; QH-4；fallback/blocked 伪成功 -&gt; QH-5" vertex="1">
          <mxGeometry x="130" y="350" width="560" height="130" as="geometry" />
        </mxCell>
-         <mxCell id="c65" parent="1" style="rounded=1;whiteSpace=wrap;html=1;fontSize=14;spacing=8;arcSize=8;fillColor=#dbeafe;strokeColor=#1d4ed8;" value="验收产物 active PRD/架构/计划/验收/stage gate/gap drawio/readiness audit/human-review-checklist pending" vertex="1">
+         <mxCell id="c65" parent="1" style="rounded=1;whiteSpace=wrap;html=1;fontSize=14;spacing=8;arcSize=8;fillColor=#dbeafe;strokeColor=#1d4ed8;" value="V1-MVP-QH-6 48 页 expanded matrix 复验；PRD review / false-green audit / HTML 报告；再聚合 mainline closeout" vertex="1">
          <mxGeometry x="810" y="350" width="560" height="130" as="geometry" />
        </mxCell>
-         <mxCell id="c66" parent="1" style="rounded=1;whiteSpace=wrap;html=1;fontSize=14;spacing=8;arcSize=8;fillColor=#eeeeee;strokeColor=#666666;" value="文档验收 git diff --check；drawio XML 可解析；页数不超过 8；关键实体：contentBridge.ts、sidepanel.html、B Renderer、runtimeClient.ts、Local Runtime、source jumpback、human-review-checklist" vertex="1">
+         <mxCell id="c66" parent="1" style="rounded=1;whiteSpace=wrap;html=1;fontSize=14;spacing=8;arcSize=8;fillColor=#eeeeee;strokeColor=#666666;" value="文档验收 git diff --check；drawio XML 可解析；页数不超过 8；验收产物：active PRD / 架构 / 计划 / 验收 / stage gate / gap drawio / readiness audit；关键实体：pageContext.ts、A/C/B、contentBridge.ts、E2E reporter、evidence reports" vertex="1">
          <mxGeometry x="180" y="560" width="1140" height="145" as="geometry" />
        </mxCell>
        <mxCell id="e67" parent="1" style="edgeStyle=orthogonalEdgeStyle;rounded=0;orthogonalLoop=1;jettySize=auto;html=1;endArrow=block;strokeWidth=2;strokeColor=#475569;" value="" edge="1" source="c58" target="c59">
          <mxGeometry relative="1" as="geometry" />
        </mxCell>
        <mxCell id="e68" parent="1" style="edgeStyle=orthogonalEdgeStyle;rounded=0;orthogonalLoop=1;jettySize=auto;html=1;endArrow=block;strokeWidth=2;strokeColor=#475569;" value="" edge="1" source="c59" target="c60">
          <mxGeometry relative="1" as="geometry" />
        </mxCell>
        <mxCell id="e69" parent="1" style="edgeStyle=orthogonalEdgeStyle;rounded=0;orthogonalLoop=1;jettySize=auto;html=1;endArrow=block;strokeWidth=2;strokeColor=#475569;" value="" edge="1" source="c60" target="c61">
          <mxGeometry relative="1" as="geometry" />
        </mxCell>
        <mxCell id="e70" parent="1" style="edgeStyle=orthogonalEdgeStyle;rounded=0;orthogonalLoop=1;jettySize=auto;html=1;endArrow=block;strokeWidth=2;strokeColor=#475569;" value="" edge="1" source="c61" target="c62">
          <mxGeometry relative="1" as="geometry" />
        </mxCell>
        <mxCell id="e71" parent="1" style="edgeStyle=orthogonalEdgeStyle;rounded=0;orthogonalLoop=1;jettySize=auto;html=1;endArrow=block;strokeWidth=2;strokeColor=#475569;" value="" edge="1" source="c62" target="c63">
          <mxGeometry relative="1" as="geometry" />
        </mxCell>
      </root>
    </mxGraphModel>
  </diagram>
-   <diagram id="v1mc-06" name="06 项目里程碑与证据矩阵">
-     <mxGraphModel dx="1500" dy="900" grid="1" gridSize="10" guides="1" tooltips="1" connect="1" arrows="1" fold="1" page="1" pageScale="1" pageWidth="1500" pageHeight="900" math="0" shadow="0">
-       <root>
-         <mxCell id="0" />
-         <mxCell id="1" parent="0" />
-         <mxCell id="v1mc-06-title" parent="1" style="text;html=1;fontSize=26;fontStyle=1;align=center;verticalAlign=middle;strokeColor=none;fillColor=none;" value="项目里程碑与证据矩阵：当前状态不可误读" vertex="1">
+   <diagram id="v1mc-06" name="06 48 页样本矩阵与项目里程碑">
+     <mxGraphModel dx="1500" dy="900" grid="1" gridSize="10" guides="1" tooltips="1" connect="1" arrows="1" fold="1" page="1" pageScale="1" pageWidth="1500" pageHeight="900" math="0" shadow="0">
+       <root>
+         <mxCell id="0" />
+         <mxCell id="1" parent="0" />
+         <mxCell id="v1mc-06-title" parent="1" style="text;html=1;fontSize=26;fontStyle=1;align=center;verticalAlign=middle;strokeColor=none;fillColor=none;" value="48 页样本矩阵与项目里程碑：旧证据不可误读" vertex="1">
          <mxGeometry x="40" y="20" width="1420" height="42" as="geometry" />
        </mxCell>
        <mxCell id="c72" parent="1" style="rounded=1;whiteSpace=wrap;html=1;fontSize=14;spacing=8;arcSize=8;fillColor=#d5f5e3;strokeColor=#2e7d32;" value="绿色 已通过 V1.3 Evidence Card Mindmap report passed；不能代表完整 V1" vertex="1">
          <mxGeometry x="80" y="110" width="300" height="95" as="geometry" />
        </mxCell>
        <mxCell id="c73" parent="1" style="rounded=1;whiteSpace=wrap;html=1;fontSize=14;spacing=8;arcSize=8;fillColor=#d5f5e3;strokeColor=#2e7d32;" value="绿色 已通过 V1.4 Reading Map report passed；作为 V1 artifact 输入" vertex="1">
          <mxGeometry x="430" y="110" width="300" height="95" as="geometry" />
        </mxCell>
        <mxCell id="c74" parent="1" style="rounded=1;whiteSpace=wrap;html=1;fontSize=14;spacing=8;arcSize=8;fillColor=#d5f5e3;strokeColor=#2e7d32;" value="绿色 已通过 Launcher / Collapse / Resize 6 张行为截图；仍非完整 V1" vertex="1">
          <mxGeometry x="780" y="110" width="300" height="95" as="geometry" />
        </mxCell>
-         <mxCell id="c75" parent="1" style="rounded=1;whiteSpace=wrap;html=1;fontSize=14;spacing=8;arcSize=8;fillColor=#d5f5dc;strokeColor=#2e7d32;" value="绿色 当前通过 Real-site complex pages 6 样本 6 pass / 0 degraded / 0 blocked / 6 highlighted" vertex="1">
+         <mxCell id="c75" parent="1" style="rounded=1;whiteSpace=wrap;html=1;fontSize=14;spacing=8;arcSize=8;fillColor=#d5f5dc;strokeColor=#2e7d32;" value="绿色 prior baseline 复杂站点 6 样本 6 pass / 0 degraded / 0 blocked / 6 highlighted；不能替代 48 页矩阵" vertex="1">
          <mxGeometry x="1130" y="110" width="300" height="95" as="geometry" />
        </mxCell>
        <mxCell id="c76" parent="1" style="rounded=1;whiteSpace=wrap;html=1;fontSize=14;spacing=8;arcSize=8;fillColor=#d5f5e3;strokeColor=#2e7d32;" value="绿色 自动化通过 External visual acceptance 5 commands pass / 6 visual samples pass" vertex="1">
          <mxGeometry x="250" y="290" width="330" height="95" as="geometry" />
        </mxCell>
        <mxCell id="c77" parent="1" style="rounded=1;whiteSpace=wrap;html=1;fontSize=14;spacing=8;arcSize=8;fillColor=#d5f5dc;strokeColor=#2e7d32;" value="绿色 当前候选通过 V1 mainline closeout upstream 5/5 passed" vertex="1">
          <mxGeometry x="610" y="290" width="330" height="95" as="geometry" />
        </mxCell>
-         <mxCell id="c78" parent="1" style="rounded=1;whiteSpace=wrap;html=1;fontSize=14;spacing=8;arcSize=8;fillColor=#dbeafe;strokeColor=#1d4ed8;" value="蓝色 待质量硬化 V1-MVP-QH 处理反跳失败、Mindmap 不准确、复杂站点噪声和窄屏可读性" vertex="1">
+         <mxCell id="c78" parent="1" style="rounded=1;whiteSpace=wrap;html=1;fontSize=14;spacing=8;arcSize=8;fillColor=#dbeafe;strokeColor=#1d4ed8;" value="蓝色 待 expanded matrix sample-manifest.json；国内 24+ 国外 24+；6 类各 8+；总 44/48+；每类 7/8+" vertex="1">
          <mxGeometry x="970" y="290" width="330" height="95" as="geometry" />
        </mxCell>
        <mxCell id="c79" parent="1" style="rounded=1;whiteSpace=wrap;html=1;fontSize=14;spacing=8;arcSize=8;fillColor=#eeeeee;strokeColor=#666666;" value="灰色 待人工 human-review-checklist reviewStatus: pending 自动化不能替代人工体验核查" vertex="1">
          <mxGeometry x="420" y="480" width="660" height="110" as="geometry" />
        </mxCell>
-         <mxCell id="c80" parent="1" style="rounded=1;whiteSpace=wrap;html=1;fontSize=13;spacing=8;arcSize=8;fillColor=#f8fafc;strokeColor=#94a3b8;" value="出门顺序：基础 MVP accepted -&gt; V1-MVP-QH 文档门禁 -&gt; A/C/B/Content Script 质量硬化 -&gt; 真实站点复验 -&gt; scoped quality hardening passed -&gt; 再进入后续完整 V1 候选审计。" vertex="1">
+         <mxCell id="c80" parent="1" style="rounded=1;whiteSpace=wrap;html=1;fontSize=13;spacing=8;arcSize=8;fillColor=#f8fafc;strokeColor=#94a3b8;" value="出门顺序：基础 MVP accepted -&gt; QH-0 文档门禁 -&gt; QH-1 sample-manifest + schema validation -&gt; A/C/B/Content Script 质量硬化 -&gt; 独立 QH report -&gt; mainline 聚合 -&gt; 后续 V1 候选审计。" vertex="1">
          <mxGeometry x="180" y="680" width="1140" height="80" as="geometry" />
        </mxCell>
      </root>
    </mxGraphModel>
  </diagram>
  <diagram id="v1mc-07" name="07 验收门槛与出门条件">
    <mxGraphModel dx="1500" dy="900" grid="1" gridSize="10" guides="1" tooltips="1" connect="1" arrows="1" fold="1" page="1" pageScale="1" pageWidth="1500" pageHeight="900" math="0" shadow="0">
      <root>
        <mxCell id="0" />
        <mxCell id="1" parent="0" />
        <mxCell id="v1mc-07-title" parent="1" style="text;html=1;fontSize=26;fontStyle=1;align=center;verticalAlign=middle;strokeColor=none;fillColor=none;" value="验收门槛与出门条件：防 false-green" vertex="1">
          <mxGeometry x="40" y="20" width="1420" height="42" as="geometry" />
        </mxCell>
        <mxCell id="c81" parent="1" style="rounded=1;whiteSpace=wrap;html=1;fontSize=14;spacing=8;arcSize=8;fillColor=#d5f5e3;strokeColor=#2e7d32;" value="用户体验门槛 贴边 launcher、展开/折叠/resize、Chat/Debug/Settings、读取、总结、问答、Mindmap、Reading Map 可用" vertex="1">
          <mxGeometry x="80" y="110" width="390" height="115" as="geometry" />
        </mxCell>
-         <mxCell id="c82" parent="1" style="rounded=1;whiteSpace=wrap;html=1;fontSize=14;spacing=8;arcSize=8;fillColor=#fff3bf;strokeColor=#b7791f;" value="复杂站点门槛 B站 / 小红书 / 观察者网 首页+详情 6/6 pass；fresh validation 不得 fallback-only" vertex="1">
+         <mxCell id="c82" parent="1" style="rounded=1;whiteSpace=wrap;html=1;fontSize=14;spacing=8;arcSize=8;fillColor=#fff3bf;strokeColor=#b7791f;" value="扩展矩阵门槛 48 页；国内 24+ 国外 24+；6 类各 8+；总 44/48+；每类 7/8+；旧 6 样本仅 prior baseline" vertex="1">
          <mxGeometry x="555" y="110" width="390" height="130" as="geometry" />
        </mxCell>
        <mxCell id="c83" parent="1" style="rounded=1;whiteSpace=wrap;html=1;fontSize=14;spacing=8;arcSize=8;fillColor=#fff3bf;strokeColor=#b7791f;" value="Source Evidence 门槛 highlighted / fallback_shown / blocked 三态 UI、JSON、HTML、截图一致 成功必须有 Navia marker" vertex="1">
          <mxGeometry x="1030" y="110" width="390" height="130" as="geometry" />
        </mxCell>
        <mxCell id="c84" parent="1" style="rounded=1;whiteSpace=wrap;html=1;fontSize=14;spacing=8;arcSize=8;fillColor=#dbeafe;strokeColor=#1d4ed8;" value="自动化门槛 headless-first；Chrome --mute-audio；可见截图需提前告知并结束后关闭；testCommands 记录真实 passed/failed" vertex="1">
          <mxGeometry x="80" y="315" width="390" height="130" as="geometry" />
        </mxCell>
-         <mxCell id="c85" parent="1" style="rounded=1;whiteSpace=wrap;html=1;fontSize=14;spacing=8;arcSize=8;fillColor=#dbeafe;strokeColor=#1d4ed8;" value="报告门槛 上游 evidence 路径存在；fatal/major 为空；claim 在允许范围内；旧 failed evidence 已解释" vertex="1">
+         <mxCell id="c85" parent="1" style="rounded=1;whiteSpace=wrap;html=1;fontSize=14;spacing=8;arcSize=8;fillColor=#dbeafe;strokeColor=#1d4ed8;" value="报告门槛 sample-manifest.json 与独立 QH report 均通过 schema；qualityMetrics 含 numerator/denominator/threshold/passed；fresh/reference/blocked/located fallback 计数分开；fatal/major 为空；claim 在允许范围内" vertex="1">
          <mxGeometry x="555" y="315" width="390" height="130" as="geometry" />
        </mxCell>
        <mxCell id="c86" parent="1" style="rounded=1;whiteSpace=wrap;html=1;fontSize=14;spacing=8;arcSize=8;fillColor=#ffd6d6;strokeColor=#c62828;" value="No-Go 不能声明完整 V1 complete 不能把 public no-login 写成 logged-in 不能把 fallback 写成 highlighted 不能引入禁用 V2+ 能力" vertex="1">
          <mxGeometry x="1030" y="315" width="390" height="150" as="geometry" />
        </mxCell>
-         <mxCell id="c87" parent="1" style="rounded=1;whiteSpace=wrap;html=1;fontSize=14;spacing=8;arcSize=8;fillColor=#dbeafe;strokeColor=#1d4ed8;" value="本阶段允许声明 V1 MVP baseline accepted；质量硬化完成后最多声明 scoped real-site acceptance passed；仍不得声明完整 V1 complete" vertex="1">
+         <mxCell id="c87" parent="1" style="rounded=1;whiteSpace=wrap;html=1;fontSize=14;spacing=8;arcSize=8;fillColor=#dbeafe;strokeColor=#1d4ed8;" value="质量阈值 groundedClaimRate&gt;=0.8；topNodeGroundingRate&gt;=0.9；noisyTopNodeRate&lt;=0.1；duplicateTopNodeRate&lt;=0.05；overlongTopNodeRate&lt;=0.15；jumpbackSemanticConsistency=true。48 页通过后最多声明 expanded real-site acceptance passed。" vertex="1">
          <mxGeometry x="230" y="560" width="1040" height="120" as="geometry" />
        </mxCell>
-         <mxCell id="c88" parent="1" style="rounded=1;whiteSpace=wrap;html=1;fontSize=14;spacing=8;arcSize=8;fillColor=#d5f5dc;strokeColor=#2e7d32;" value="当前状态 基础 MVP 人工确认 OK；仍存在反跳识别失败和 Mindmap 不准确。V1-MVP-QH 文档基线支撑下一阶段自动化开发。" vertex="1">
+         <mxCell id="c88" parent="1" style="rounded=1;whiteSpace=wrap;html=1;fontSize=14;spacing=8;arcSize=8;fillColor=#d5f5dc;strokeColor=#2e7d32;" value="当前状态 基础 MVP 人工确认 OK；仍存在内容理解不足、导图不准确、反跳失败。文档基线支撑下一阶段自动化开发。" vertex="1">
          <mxGeometry x="410" y="735" width="680" height="75" as="geometry" />
        </mxCell>
      </root>
    </mxGraphModel>
  </diagram>
  <diagram id="v1mc-08" name="08 风险路线与备选技术">
    <mxGraphModel dx="1500" dy="900" grid="1" gridSize="10" guides="1" tooltips="1" connect="1" arrows="1" fold="1" page="1" pageScale="1" pageWidth="1500" pageHeight="900" math="0" shadow="0">
      <root>
        <mxCell id="0" />
        <mxCell id="1" parent="0" />
        <mxCell id="t08" value="风险路线与备选技术：高风险不改写为通过" style="text;html=1;fontSize=24;fontStyle=1;align=center;verticalAlign=middle;strokeColor=none;fillColor=none;" vertex="1" parent="1">
          <mxGeometry x="40" y="20" width="1420" height="42" as="geometry" />
        </mxCell>
        <mxCell id="r8a" value="A 登录态 Chrome CDP&#xa;适用：路线 B 出错后，用户主动提供 NAVIA_CDP_URL，扩展已加载&#xa;优点：最接近真实登录态，适合作为复验路线&#xa;缺点：需人工配合，不能接管主 profile&#xa;允许：logged-in validation，仅限覆盖页面" style="rounded=1;whiteSpace=wrap;html=1;fontSize=13;spacing=8;arcSize=8;fillColor=#dbeafe;strokeColor=#1d4ed8;fontStyle=1;" vertex="1" parent="1">
          <mxGeometry x="60" y="100" width="330" height="135" as="geometry" />
        </mxCell>
        <mxCell id="r8b" value="B 首选 专用测试 profile / cookie 注入&#xa;适用：隔离 profile 可加载扩展，cookie 有效&#xa;优点：可重复，不污染主 profile&#xa;降级条件：专用 profile 或依赖缺失时转路线 A / C&#xa;允许：cookie-injected / dedicated-profile validation" style="rounded=1;whiteSpace=wrap;html=1;fontSize=13;spacing=8;arcSize=8;fillColor=#d5f5e3;strokeColor=#2e7d32;fontStyle=1;" vertex="1" parent="1">
          <mxGeometry x="420" y="100" width="330" height="135" as="geometry" />
        </mxCell>
        <mxCell id="r8c" value="C public no-login headless&#xa;适用：登录态不可用但公开页面可访问&#xa;优点：低打扰、可静音、自动化稳定&#xa;缺点：不能证明登录态体验&#xa;允许：public no-login evidence" style="rounded=1;whiteSpace=wrap;html=1;fontSize=13;spacing=8;arcSize=8;fillColor=#dbeafe;strokeColor=#1d4ed8;fontStyle=1;" vertex="1" parent="1">
          <mxGeometry x="780" y="100" width="300" height="135" as="geometry" />
        </mxCell>
        <mxCell id="r8d" value="D blocker + 人工截图补位&#xa;适用：A/B/C 均不可用或证据不可信&#xa;优点：不做虚假验收&#xa;缺点：不能自动化出门&#xa;允许：blocked / manual review required" style="rounded=1;whiteSpace=wrap;html=1;fontSize=13;spacing=8;arcSize=8;fillColor=#ffd6d6;strokeColor=#c62828;fontStyle=1;" vertex="1" parent="1">
          <mxGeometry x="1110" y="100" width="330" height="135" as="geometry" />
        </mxCell>
        <mxCell id="r8e1" value="失败或不可用" style="edgeStyle=orthogonalEdgeStyle;rounded=0;orthogonalLoop=1;jettySize=auto;html=1;endArrow=block;strokeWidth=2;strokeColor=#475569;" edge="1" parent="1" source="r8a" target="r8b">
          <mxGeometry relative="1" as="geometry" />
        </mxCell>
        <mxCell id="r8e2" value="失败或不可用" style="edgeStyle=orthogonalEdgeStyle;rounded=0;orthogonalLoop=1;jettySize=auto;html=1;endArrow=block;strokeWidth=2;strokeColor=#475569;" edge="1" parent="1" source="r8b" target="r8c">
          <mxGeometry relative="1" as="geometry" />
        </mxCell>
        <mxCell id="r8e3" value="失败或不可用" style="edgeStyle=orthogonalEdgeStyle;rounded=0;orthogonalLoop=1;jettySize=auto;html=1;endArrow=block;strokeWidth=2;strokeColor=#475569;" edge="1" parent="1" source="r8c" target="r8d">
          <mxGeometry relative="1" as="geometry" />
        </mxCell>
        <mxCell id="risk1" value="小红书首页风险&#xa;虚拟列表 / 风控 / feed 文本拼接可能导致 source_not_found_in_dom&#xa;目标：feed card sourceRef + card/href/textQuote 多线索定位&#xa;No-Go：fresh validation fallback-only 不能 pass" style="rounded=1;whiteSpace=wrap;html=1;fontSize=13;spacing=8;arcSize=8;fillColor=#fff3bf;strokeColor=#b7791f;fontStyle=1;" vertex="1" parent="1">
          <mxGeometry x="80" y="310" width="390" height="130" as="geometry" />
        </mxCell>
        <mxCell id="risk2" value="观察者详情页风险&#xa;正文、评论、推荐、最新视频、侧栏混排&#xa;目标：article title / author / time / body 提权&#xa;No-Go：反跳到评论或推荐不能 pass" style="rounded=1;whiteSpace=wrap;html=1;fontSize=13;spacing=8;arcSize=8;fillColor=#fff3bf;strokeColor=#b7791f;fontStyle=1;" vertex="1" parent="1">
          <mxGeometry x="540" y="310" width="390" height="130" as="geometry" />
        </mxCell>
        <mxCell id="risk3" value="B站详情页风险&#xa;登录态、播放页噪声、推荐区、活动横幅、弹幕设置&#xa;目标：标题、简介、UP主、发布信息、播放/弹幕进入主节点&#xa;No-Go：public no-login 冒充 logged-in" style="rounded=1;whiteSpace=wrap;html=1;fontSize=13;spacing=8;arcSize=8;fillColor=#fff3bf;strokeColor=#b7791f;fontStyle=1;" vertex="1" parent="1">
          <mxGeometry x="1000" y="310" width="390" height="130" as="geometry" />
        </mxCell>
        <mxCell id="risk4" value="E2E false-green 风险&#xa;自动化选择更易定位 source card，可能掩盖产品 UI 排序问题&#xa;要求：记录 selectedSourceCardIndex、reason、候选卡片和 UI 排序&#xa;No-Go：无选择原因却声明通过" style="rounded=1;whiteSpace=wrap;html=1;fontSize=13;spacing=8;arcSize=8;fillColor=#ffd6d6;strokeColor=#c62828;fontStyle=1;" vertex="1" parent="1">
          <mxGeometry x="80" y="500" width="390" height="130" as="geometry" />
        </mxCell>
        <mxCell id="risk5" value="Mindmap / Reading Map 视觉风险&#xa;窄屏下文本虚影、节点重叠、卡片截断、输入框遮挡&#xa;要求：真实截图证明可读性&#xa;No-Go：只用 build / unit test 替代视觉验收" style="rounded=1;whiteSpace=wrap;html=1;fontSize=13;spacing=8;arcSize=8;fillColor=#fff3bf;strokeColor=#b7791f;fontStyle=1;" vertex="1" parent="1">
          <mxGeometry x="540" y="500" width="390" height="130" as="geometry" />
        </mxCell>
-         <mxCell id="risk6" value="出门判断&#xa;基础 MVP 已人工确认 OK，但反跳识别失败和 Mindmap 不准确仍是已知问题&#xa;V1-MVP-QH 只支撑 scoped quality hardening，不支撑完整 V1 complete&#xa;cookie-injected 证据不得冒充完整 logged-in 全站质量&#xa;fallback / blocked 不得伪装 highlighted" style="rounded=1;whiteSpace=wrap;html=1;fontSize=13;spacing=8;arcSize=8;fillColor=#fff2cc;strokeColor=#b38f00;fontStyle=1;" vertex="1" parent="1">
+         <mxCell id="risk6" value="出门判断&#xa;基础 MVP 已人工确认 OK，但内容理解不足、Mindmap 不准确和反跳失败仍是已知问题&#xa;旧 6 样本只算 prior baseline，不支撑 48 页 expanded acceptance&#xa;cookie-injected 证据不得冒充完整 logged-in 全站质量&#xa;fallback / blocked 不得伪装 highlighted" style="rounded=1;whiteSpace=wrap;html=1;fontSize=13;spacing=8;arcSize=8;fillColor=#fff2cc;strokeColor=#b38f00;fontStyle=1;" vertex="1" parent="1">
          <mxGeometry x="1000" y="500" width="390" height="130" as="geometry" />
        </mxCell>
-         <mxCell id="risk7" value="文档审查结论&#xa;当前文档足以指导 V1-MVP-QH 质量硬化阶段。&#xa;开发前必须先闭环 QH-0 文档审计。&#xa;后续 fresh validation 若失败，必须保留 degraded / blocked，不得过度承诺。" style="rounded=1;whiteSpace=wrap;html=1;fontSize=14;spacing=8;arcSize=8;fillColor=#f8fafc;strokeColor=#64748b;fontStyle=1;" vertex="1" parent="1">
+         <mxCell id="risk7" value="文档审查结论&#xa;当前文档足以指导 V1-MVP-QH-CU/MQ 扩展质量硬化。&#xa;开发前必须先闭环 QH-0 文档审计和 QH-1 sample-manifest + schema + quality metrics。&#xa;后续 48 页 validation 若失败，必须保留 degraded / blocked，不得过度承诺。" style="rounded=1;whiteSpace=wrap;html=1;fontSize=14;spacing=8;arcSize=8;fillColor=#f8fafc;strokeColor=#64748b;fontStyle=1;" vertex="1" parent="1">
          <mxGeometry x="270" y="700" width="960" height="95" as="geometry" />
        </mxCell>
      </root>
    </mxGraphModel>
  </diagram>
</mxfile>
